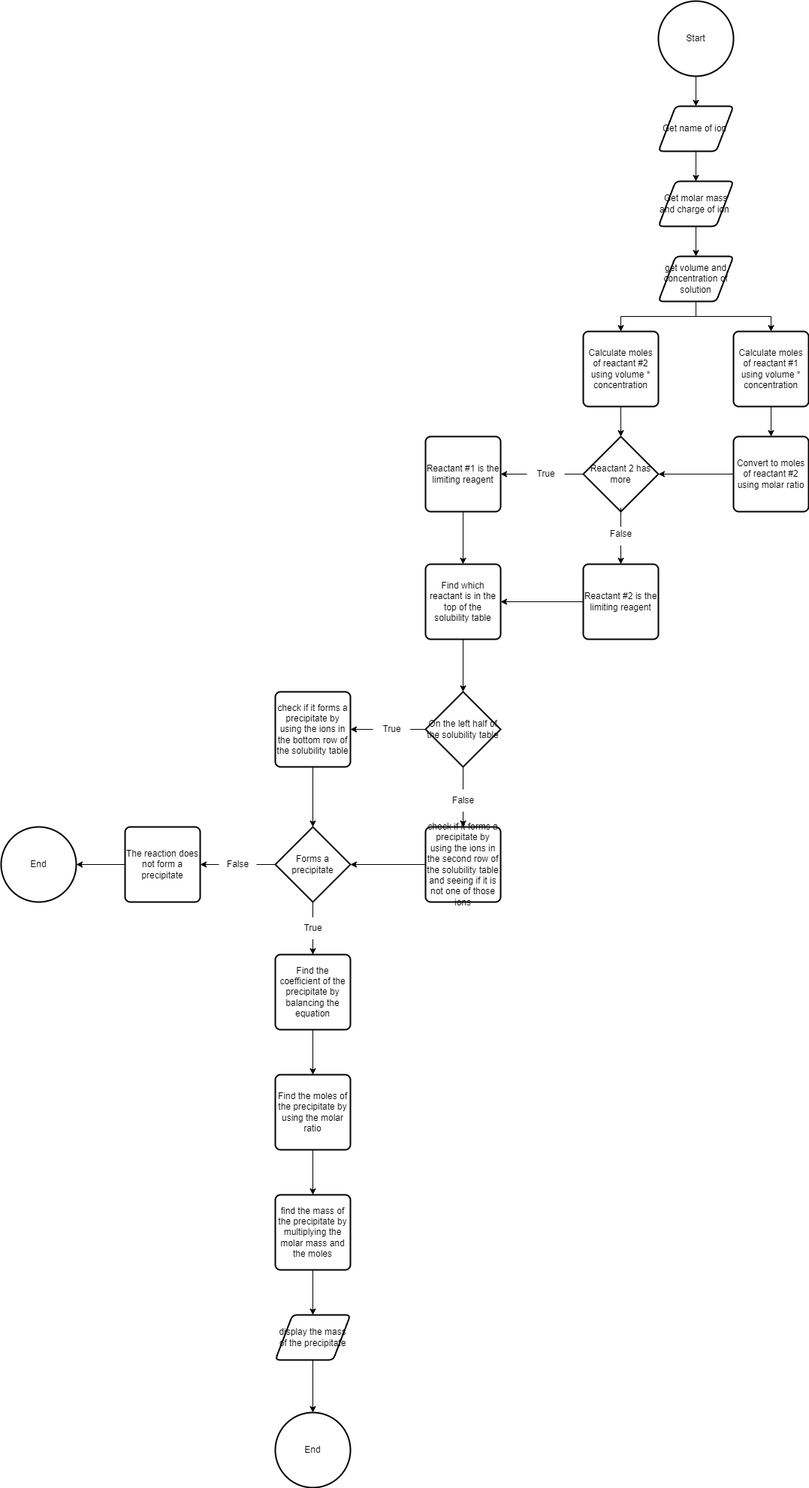
Above: Precipitate Calculator.png in mimimelonxxxx/CSE2120-Project (draw.io), before the change. Source tidied: cells renumbered, new cells last; positions are measured from the earlier drawing's top-left corner, leaving out a move shared by most shapes.
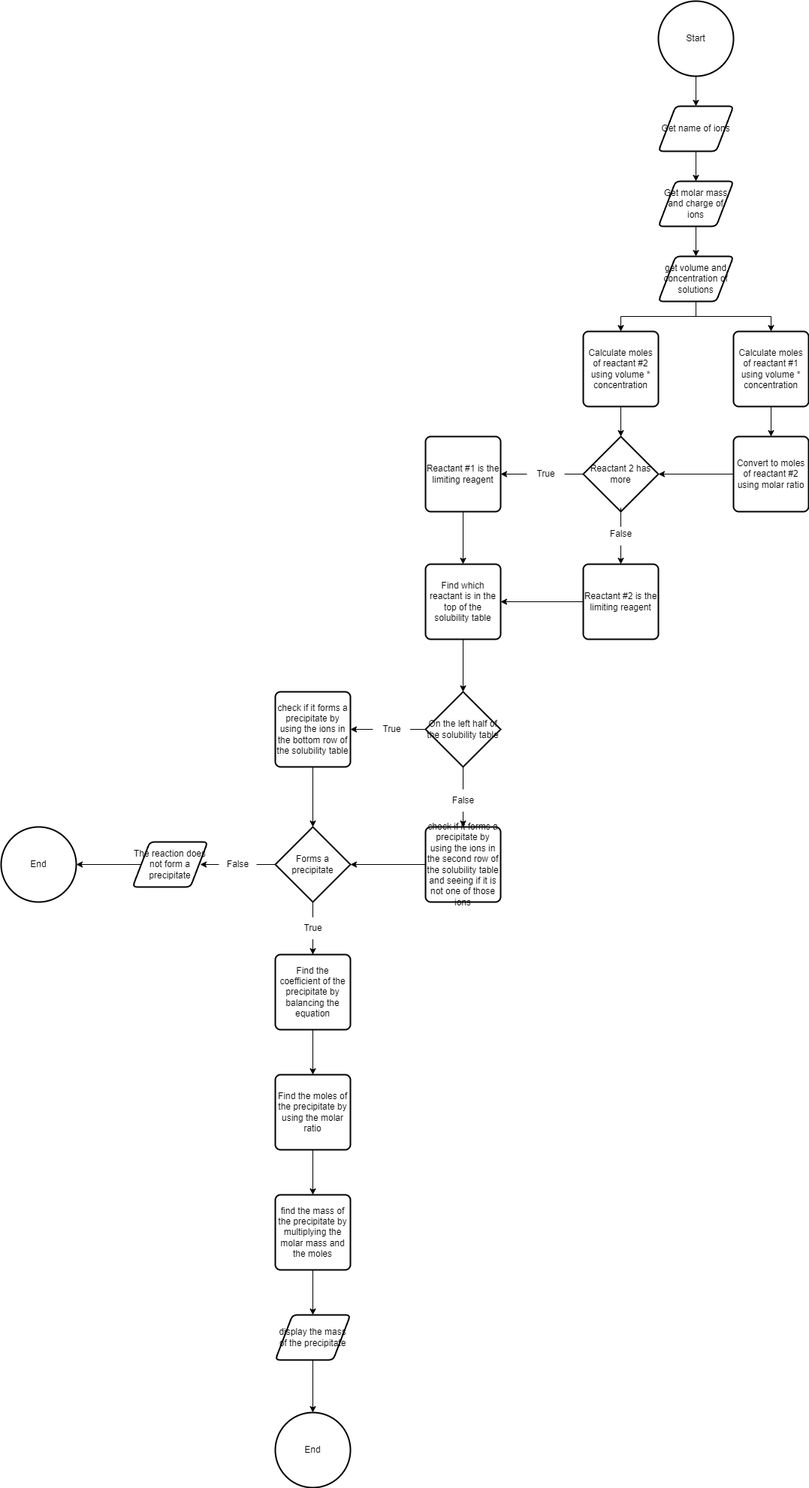
After the commit.

The edit, as a diff of the source:
```diff
@@ -11,13 +11,13 @@
     <mxCell id="4" style="edgeStyle=orthogonalEdgeStyle;rounded=0;jettySize=auto;html=1;" parent="1" edge="1" source="5" target="7">
       <mxGeometry relative="1" as="geometry" />
     </mxCell>
-    <mxCell id="5" value="Get name of ion&amp;nbsp;" style="shape=parallelogram;html=1;strokeWidth=2;perimeter=parallelogramPerimeter;whiteSpace=wrap;rounded=1;arcSize=12;size=0.23;" parent="1" vertex="1">
+    <mxCell id="5" value="Get name of ions" style="shape=parallelogram;html=1;strokeWidth=2;perimeter=parallelogramPerimeter;whiteSpace=wrap;rounded=1;arcSize=12;size=0.23;" parent="1" vertex="1">
       <mxGeometry x="875" y="140" width="100" height="60" as="geometry" />
     </mxCell>
     <mxCell id="6" style="edgeStyle=orthogonalEdgeStyle;rounded=0;jettySize=auto;html=1;" parent="1" edge="1" source="7" target="10">
       <mxGeometry relative="1" as="geometry" />
     </mxCell>
-    <mxCell id="7" value="Get molar mass and charge of ion&amp;nbsp;" style="shape=parallelogram;html=1;strokeWidth=2;perimeter=parallelogramPerimeter;whiteSpace=wrap;rounded=1;arcSize=12;size=0.23;" parent="1" vertex="1">
+    <mxCell id="7" value="Get molar mass and charge of ions" style="shape=parallelogram;html=1;strokeWidth=2;perimeter=parallelogramPerimeter;whiteSpace=wrap;rounded=1;arcSize=12;size=0.23;" parent="1" vertex="1">
       <mxGeometry x="875" y="240" width="100" height="60" as="geometry" />
     </mxCell>
     <mxCell id="8" style="edgeStyle=orthogonalEdgeStyle;rounded=0;jettySize=auto;html=1;entryX=0.5;entryY=0;entryDx=0;entryDy=0;" parent="1" edge="1" source="10" target="12">
@@ -26,7 +26,7 @@
     <mxCell id="9" style="edgeStyle=orthogonalEdgeStyle;rounded=0;jettySize=auto;html=1;entryX=0.5;entryY=0;entryDx=0;entryDy=0;" parent="1" edge="1" source="10" target="14">
       <mxGeometry relative="1" as="geometry" />
     </mxCell>
-    <mxCell id="10" value="get volume and concentration of solution" style="shape=parallelogram;html=1;strokeWidth=2;perimeter=parallelogramPerimeter;whiteSpace=wrap;rounded=1;arcSize=12;size=0.23;" parent="1" vertex="1">
+    <mxCell id="10" value="get volume and concentration of solutions" style="shape=parallelogram;html=1;strokeWidth=2;perimeter=parallelogramPerimeter;whiteSpace=wrap;rounded=1;arcSize=12;size=0.23;" parent="1" vertex="1">
       <mxGeometry x="875" y="340" width="100" height="60" as="geometry" />
     </mxCell>
     <mxCell id="11" style="edgeStyle=orthogonalEdgeStyle;rounded=0;jettySize=auto;html=1;" parent="1" edge="1" source="12" target="16">
@@ -126,8 +126,10 @@
     <mxCell id="41" style="edgeStyle=orthogonalEdgeStyle;rounded=0;jettySize=auto;html=1;startArrow=none;" parent="1" edge="1" source="46" target="45">
       <mxGeometry relative="1" as="geometry" />
     </mxCell>
-    <mxCell id="42" style="edgeStyle=orthogonalEdgeStyle;rounded=0;jettySize=auto;html=1;startArrow=none;" parent="1" edge="1" source="50" target="49">
-      <mxGeometry relative="1" as="geometry" />
+    <mxCell id="42" style="edgeStyle=orthogonalEdgeStyle;rounded=0;jettySize=auto;html=1;startArrow=none;" parent="1" edge="1" source="50">
+      <mxGeometry relative="1" as="geometry">
+        <mxPoint x="265" y="1150" as="targetPoint" />
+      </mxGeometry>
     </mxCell>
     <mxCell id="43" value="Forms a precipitate" style="strokeWidth=2;html=1;shape=mxgraph.flowchart.decision;whiteSpace=wrap;" parent="1" vertex="1">
       <mxGeometry x="365" y="1100" width="100" height="100" as="geometry" />
@@ -144,12 +146,6 @@
     <mxCell id="47" style="edgeStyle=orthogonalEdgeStyle;rounded=0;jettySize=auto;html=1;endArrow=none;" parent="1" edge="1" source="43" target="46">
       <mxGeometry relative="1" as="geometry" />
     </mxCell>
-    <mxCell id="48" style="edgeStyle=orthogonalEdgeStyle;rounded=0;jettySize=auto;html=1;" parent="1" edge="1" source="49" target="59">
-      <mxGeometry relative="1" as="geometry" />
-    </mxCell>
-    <mxCell id="49" value="The reaction does not form a precipitate" style="rounded=1;whiteSpace=wrap;html=1;absoluteArcSize=1;arcSize=14;strokeWidth=2;" parent="1" vertex="1">
-      <mxGeometry x="165" y="1100" width="100" height="100" as="geometry" />
-    </mxCell>
     <mxCell id="50" value="False" style="text;html=1;align=center;verticalAlign=middle;points=[];strokeColor=none;fillColor=none;" parent="1" vertex="1">
       <mxGeometry x="290" y="1135" width="50" height="30" as="geometry" />
     </mxCell>
@@ -180,5 +176,11 @@
     <mxCell id="59" value="End" style="strokeWidth=2;html=1;shape=mxgraph.flowchart.start_2;whiteSpace=wrap;" parent="1" vertex="1">
       <mxGeometry y="1100" width="100" height="100" as="geometry" />
     </mxCell>
+    <mxCell id="48" style="edgeStyle=orthogonalEdgeStyle;rounded=0;jettySize=auto;html=1;" parent="1" edge="1" source="49" target="59">
+      <mxGeometry relative="1" as="geometry" />
+    </mxCell>
+    <mxCell id="49" value="The reaction does not form a precipitate" style="shape=parallelogram;html=1;strokeWidth=2;perimeter=parallelogramPerimeter;whiteSpace=wrap;rounded=1;arcSize=12;size=0.23;" parent="1" vertex="1">
+      <mxGeometry x="175" y="1120" width="100" height="60" as="geometry" />
+    </mxCell>
   </root>
 </mxGraphModel>
```
